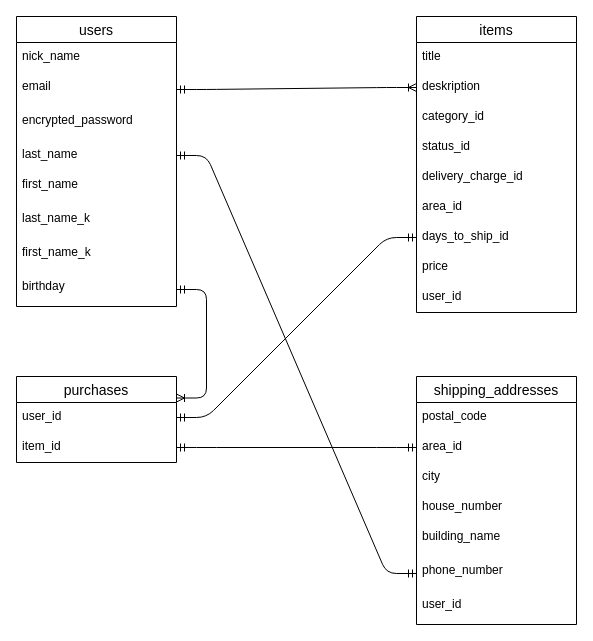
Before: furima.dio in ToruNishioka/furima-33833, a draw.io diagram. Source tidied: cells renumbered, new cells numbered last; positions are measured from the earlier drawing's top-left corner, leaving out a move shared by most shapes. Both pictures are drawn from the tidied source at 100%, with x=0, y=0 at pixel (16, 16).
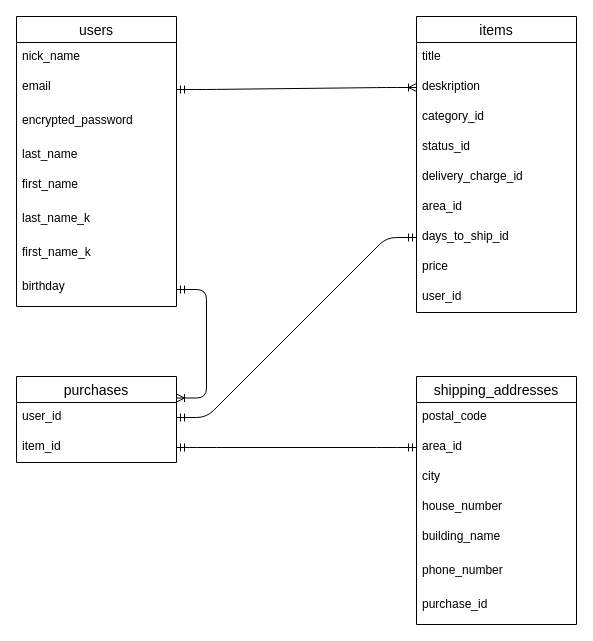
The same diagram, later.

Commit message (it also covers changes not shown here):
second commit手直し5

The change refers to these unchanged cells:
```xml
<mxCell id="6" value="last_name" style="text;strokeColor=none;fillColor=none;spacingLeft=4;spacingRight=4;overflow=hidden;points=[[0,0.5],[1,0.5]];portConstraint=eastwest;fontSize=12;" parent="2" vertex="1">
  <mxGeometry y="124" width="160" height="30" as="geometry" />
</mxCell>
<mxCell id="24" value="shipping_addresses" style="swimlane;fontStyle=0;horizontal=1;startSize=26;align=center;fontSize=14;" parent="1" vertex="1">
  <mxGeometry x="400" y="360" width="160" height="248" as="geometry" />
</mxCell>
<mxCell id="30" value="phone_number" style="text;strokeColor=none;fillColor=none;spacingLeft=4;spacingRight=4;overflow=hidden;points=[[0,0.5],[1,0.5]];portConstraint=eastwest;fontSize=12;" parent="24" vertex="1">
  <mxGeometry y="180" width="160" height="34" as="geometry" />
</mxCell>
```

Change to the diagram source:
```diff
@@
-    <mxCell id="31" value="user_id" style="text;strokeColor=none;fillColor=none;spacingLeft=4;spacingRight=4;overflow=hidden;fontSize=12;" parent="24" vertex="1">
+    <mxCell id="31" value="purchase_id" style="text;strokeColor=none;fillColor=none;spacingLeft=4;spacingRight=4;overflow=hidden;fontSize=12;" parent="24" vertex="1">
       <mxGeometry y="214" width="160" height="34" as="geometry" />
     </mxCell>
@@
-    <mxCell id="35" style="edgeStyle=entityRelationEdgeStyle;fontSize=12;html=1;endArrow=ERmandOne;startArrow=ERmandOne;exitX=0;exitY=0.5;exitDx=0;exitDy=0;entryX=1;entryY=0.5;entryDx=0;entryDy=0;" parent="1" edge="1" source="30" target="6">
-      <mxGeometry relative="1" as="geometry" />
-    </mxCell>
```
